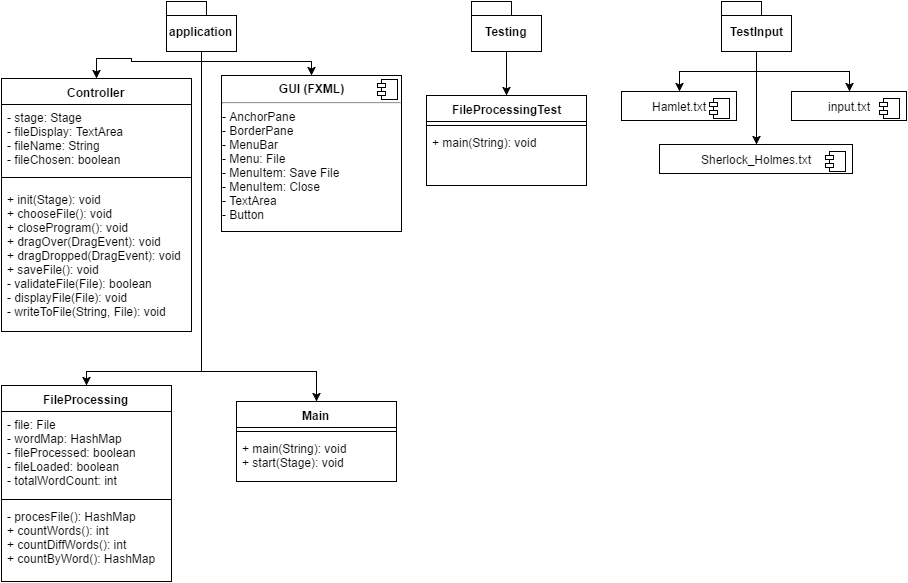
The draw.io diagram ProjectOneSDD.png in blaskowski94/WordCountGUI, before a commit. Source tidied: cells renumbered, new cells last; positions are measured from the earlier drawing's top-left corner, leaving out a move shared by most shapes.
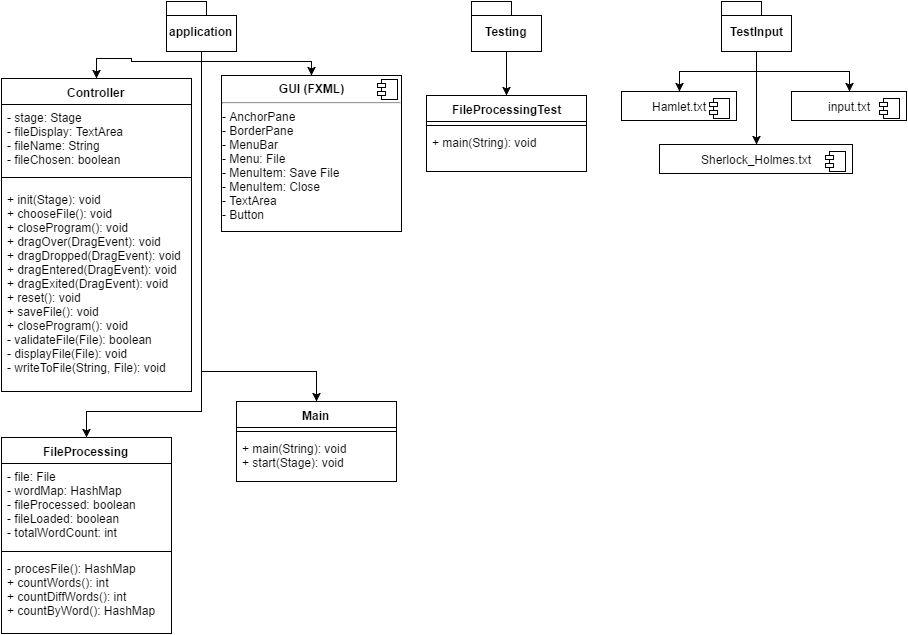
Later version of the same file.

The edit, as a diff of the source:
```diff
@@ -3,7 +3,7 @@
     <mxCell id="0" />
     <mxCell id="1" parent="0" />
     <mxCell id="2" value="FileProcessing&lt;div&gt;&lt;br&gt;&lt;/div&gt;" style="swimlane;html=1;fontStyle=1;align=center;verticalAlign=top;horizontal=1;startSize=26;swimlaneFillColor=#ffffff;" parent="1" vertex="1">
-      <mxGeometry y="384" width="170" height="196" as="geometry" />
+      <mxGeometry y="436" width="170" height="196" as="geometry" />
     </mxCell>
     <mxCell id="3" value="- file: File&lt;div&gt;- wordMap: HashMap&lt;/div&gt;&lt;div&gt;- fileProcessed: boolean&lt;/div&gt;&lt;div&gt;- fileLoaded: boolean&lt;/div&gt;&lt;div&gt;- totalWordCount: int&lt;/div&gt;&lt;div&gt;&lt;br&gt;&lt;/div&gt;" style="text;html=1;strokeColor=none;fillColor=none;align=left;verticalAlign=top;spacingLeft=4;spacingRight=4;whiteSpace=wrap;overflow=hidden;" parent="2" vertex="1">
       <mxGeometry y="26" width="170" height="84" as="geometry" />
@@ -24,7 +24,7 @@
       <mxGeometry y="34" width="160" height="46" as="geometry" />
     </mxCell>
     <mxCell id="9" value="FileProcessingTest" style="swimlane;html=1;fontStyle=1;align=center;verticalAlign=top;horizontal=1;startSize=26;swimlaneFillColor=#ffffff;" parent="1" vertex="1">
-      <mxGeometry x="425" y="94" width="160" height="90" as="geometry" />
+      <mxGeometry x="425" y="94" width="160" height="76" as="geometry" />
     </mxCell>
     <mxCell id="10" style="line;html=1;strokeWidth=1;fillColor=none;align=left;verticalAlign=middle;spacingTop=-1;spacingLeft=3;spacingRight=3;labelPosition=right;" parent="9" vertex="1">
       <mxGeometry y="26" width="160" height="8" as="geometry" />
@@ -32,15 +32,6 @@
     <mxCell id="11" value="+ main(String): void" style="text;html=1;strokeColor=none;fillColor=none;align=left;verticalAlign=top;spacingLeft=4;spacingRight=4;whiteSpace=wrap;overflow=hidden;" parent="9" vertex="1">
       <mxGeometry y="34" width="160" height="26" as="geometry" />
     </mxCell>
-    <mxCell id="12" style="edgeStyle=orthogonalEdgeStyle;rounded=0;html=1;exitX=0.5;exitY=1;entryX=0.5;entryY=0;startArrow=none;startFill=0;endArrow=classic;endFill=1;jettySize=auto;" parent="1" edge="1" source="16" target="2">
-      <mxGeometry relative="1" as="geometry">
-        <Array as="points">
-          <mxPoint x="200" y="50" />
-          <mxPoint x="200" y="370" />
-          <mxPoint x="80" y="370" />
-        </Array>
-      </mxGeometry>
-    </mxCell>
     <mxCell id="13" style="edgeStyle=orthogonalEdgeStyle;rounded=0;html=1;exitX=0.5;exitY=1;entryX=0.5;entryY=0;startArrow=none;startFill=0;endArrow=classic;endFill=1;jettySize=auto;" parent="1" edge="1" source="16" target="6">
       <mxGeometry relative="1" as="geometry">
         <Array as="points">
@@ -67,11 +58,19 @@
         </Array>
       </mxGeometry>
     </mxCell>
+    <mxCell id="12" style="edgeStyle=orthogonalEdgeStyle;rounded=0;html=1;exitX=0.5;exitY=1;entryX=0.5;entryY=0;startArrow=none;startFill=0;endArrow=classic;endFill=1;jettySize=auto;" parent="1" edge="1" source="16" target="2">
+      <mxGeometry relative="1" as="geometry">
+        <Array as="points">
+          <mxPoint x="200" y="410" />
+          <mxPoint x="85" y="410" />
+        </Array>
+      </mxGeometry>
+    </mxCell>
     <mxCell id="16" value="application" style="shape=folder;fontStyle=1;spacingTop=10;tabWidth=40;tabHeight=14;tabPosition=left;html=1;" parent="1" vertex="1">
       <mxGeometry x="165" width="70" height="50" as="geometry" />
     </mxCell>
     <mxCell id="17" value="Controller" style="swimlane;html=1;fontStyle=1;align=center;verticalAlign=top;horizontal=1;startSize=26;swimlaneFillColor=#ffffff;" parent="1" vertex="1">
-      <mxGeometry y="77" width="190" height="253" as="geometry" />
+      <mxGeometry y="77" width="190" height="313" as="geometry" />
     </mxCell>
     <mxCell id="18" value="- stage: Stage&lt;div&gt;- fileDisplay: TextArea&lt;/div&gt;&lt;div&gt;- fileName: String&lt;/div&gt;&lt;div&gt;- fileChosen: boolean&lt;/div&gt;" style="text;html=1;strokeColor=none;fillColor=none;align=left;verticalAlign=top;spacingLeft=4;spacingRight=4;whiteSpace=wrap;overflow=hidden;" parent="17" vertex="1">
       <mxGeometry y="26" width="190" height="64" as="geometry" />
@@ -79,8 +78,8 @@
     <mxCell id="19" style="line;html=1;strokeWidth=1;fillColor=none;align=left;verticalAlign=middle;spacingTop=-1;spacingLeft=3;spacingRight=3;labelPosition=right;" parent="17" vertex="1">
       <mxGeometry y="90" width="190" height="18" as="geometry" />
     </mxCell>
-    <mxCell id="20" value="+ init(Stage): void&lt;div&gt;+ chooseFile(): void&lt;/div&gt;&lt;div&gt;+ closeProgram(): void&lt;/div&gt;&lt;div&gt;+ dragOver(DragEvent): void&lt;/div&gt;&lt;div&gt;+ dragDropped(DragEvent): void&lt;/div&gt;&lt;div&gt;+ saveFile(): void&lt;/div&gt;&lt;div&gt;- validateFile(File): boolean&lt;/div&gt;&lt;div&gt;- displayFile(File): void&lt;/div&gt;&lt;div&gt;- writeToFile(String, File): void&lt;/div&gt;" style="text;html=1;strokeColor=none;fillColor=none;align=left;verticalAlign=top;spacingLeft=4;spacingRight=4;whiteSpace=wrap;overflow=hidden;" parent="17" vertex="1">
-      <mxGeometry y="108" width="190" height="142" as="geometry" />
+    <mxCell id="20" value="+ init(Stage): void&lt;div&gt;+ chooseFile(): void&lt;/div&gt;&lt;div&gt;+ closeProgram(): void&lt;/div&gt;&lt;div&gt;+ dragOver(DragEvent): void&lt;/div&gt;&lt;div&gt;+ dragDropped(DragEvent): void&lt;/div&gt;&lt;div&gt;+ dragEntered(DragEvent): void&lt;/div&gt;&lt;div&gt;+ dragExited(DragEvent): void&lt;/div&gt;&lt;div&gt;+ reset(): void&lt;/div&gt;&lt;div&gt;+ saveFile(): void&lt;/div&gt;&lt;div&gt;+ closeProgram(): void&lt;/div&gt;&lt;div&gt;- validateFile(File): boolean&lt;/div&gt;&lt;div&gt;- displayFile(File): void&lt;/div&gt;&lt;div&gt;- writeToFile(String, File): void&lt;/div&gt;&lt;div&gt;&lt;br&gt;&lt;/div&gt;" style="text;html=1;strokeColor=none;fillColor=none;align=left;verticalAlign=top;spacingLeft=4;spacingRight=4;whiteSpace=wrap;overflow=hidden;" parent="17" vertex="1">
+      <mxGeometry y="108" width="190" height="202" as="geometry" />
     </mxCell>
     <mxCell id="21" style="edgeStyle=orthogonalEdgeStyle;rounded=0;html=1;exitX=0.5;exitY=1;entryX=0.5;entryY=0;startArrow=none;startFill=0;endArrow=classic;endFill=1;jettySize=auto;" parent="1" edge="1" source="22" target="9">
       <mxGeometry relative="1" as="geometry" />
```
